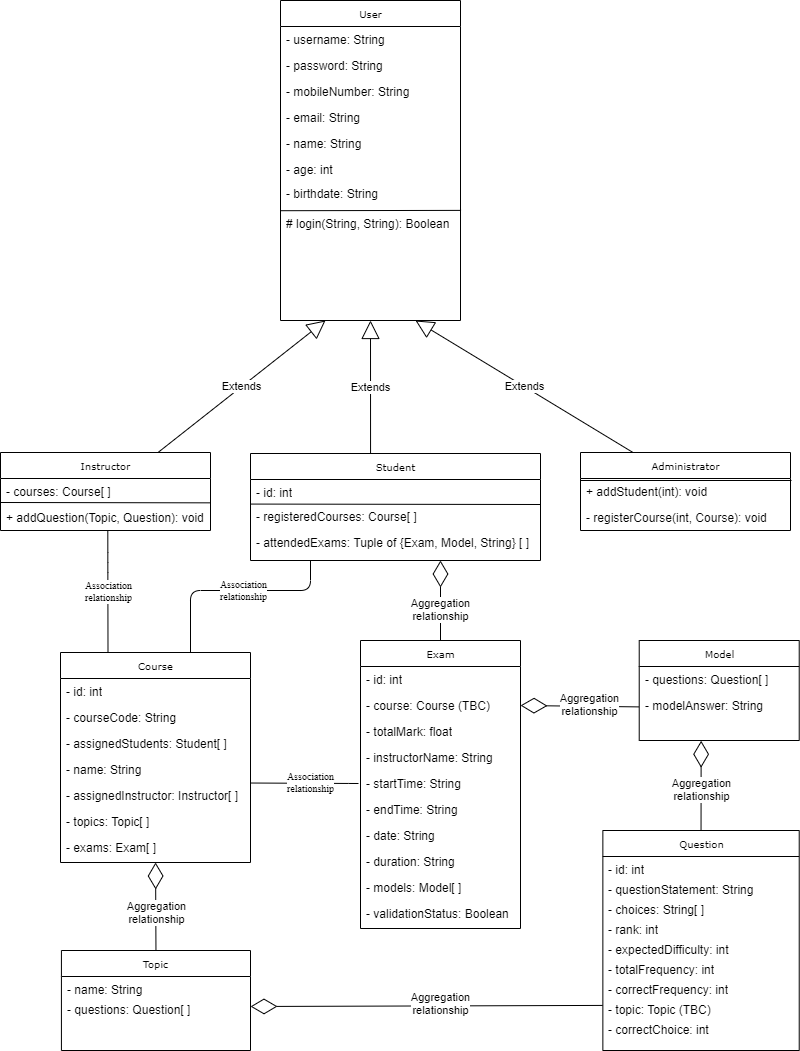
The draw.io diagram UML.png in aymanred121/Examination-Management-System, before a commit. Source tidied: cells renumbered, new cells last; positions are measured from the earlier drawing's top-left corner, leaving out a move shared by most shapes.
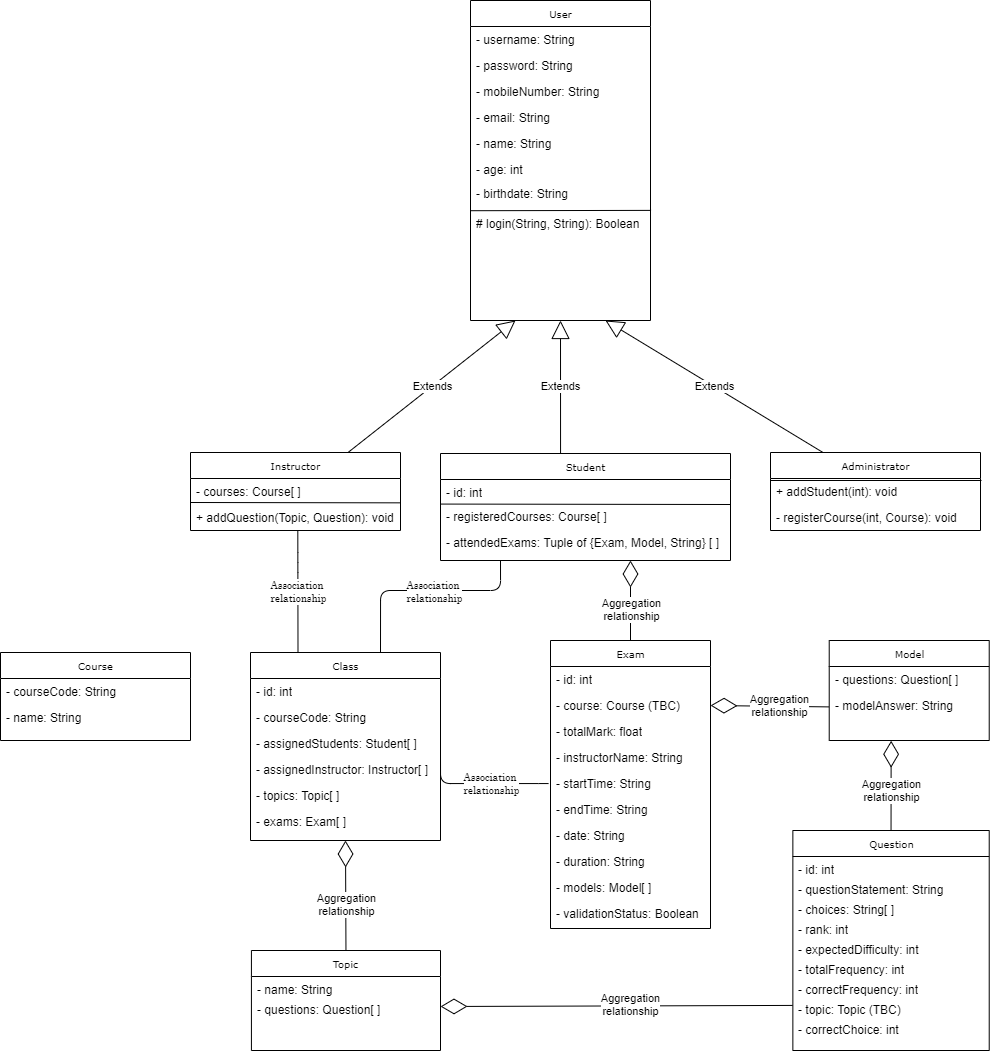
After the commit.

What changed in the source:
```diff
@@ -88,8 +88,8 @@
     <mxCell id="29" value="- registerCourse(int, Course): void" style="text;html=1;strokeColor=none;fillColor=none;align=left;verticalAlign=top;spacingLeft=4;spacingRight=4;whiteSpace=wrap;overflow=hidden;" parent="27" vertex="1">
       <mxGeometry y="52" width="210" height="26" as="geometry" />
     </mxCell>
-    <mxCell id="30" value="Course" style="swimlane;html=1;fontStyle=0;horizontal=1;startSize=26;fillColor=none;swimlaneFillColor=#ffffff;rounded=0;shadow=0;comic=0;labelBackgroundColor=none;strokeWidth=1;fontFamily=Verdana;fontSize=10;align=center;" parent="1" vertex="1">
-      <mxGeometry x="60" y="652" width="190" height="210" as="geometry" />
+    <mxCell id="30" value="Class" style="swimlane;html=1;fontStyle=0;horizontal=1;startSize=26;fillColor=none;swimlaneFillColor=#ffffff;rounded=0;shadow=0;comic=0;labelBackgroundColor=none;strokeWidth=1;fontFamily=Verdana;fontSize=10;align=center;" parent="1" vertex="1">
+      <mxGeometry x="60" y="652" width="190" height="188" as="geometry" />
     </mxCell>
     <mxCell id="31" value="- id: int" style="text;html=1;strokeColor=none;fillColor=none;align=left;verticalAlign=top;spacingLeft=4;spacingRight=4;whiteSpace=wrap;overflow=hidden;" parent="30" vertex="1">
       <mxGeometry y="26" width="190" height="26" as="geometry" />
@@ -100,17 +100,14 @@
     <mxCell id="33" value="- assignedStudents: Student[ ]" style="text;html=1;strokeColor=none;fillColor=none;align=left;verticalAlign=top;spacingLeft=4;spacingRight=4;whiteSpace=wrap;overflow=hidden;" parent="30" vertex="1">
       <mxGeometry y="78" width="190" height="26" as="geometry" />
     </mxCell>
-    <mxCell id="34" value="- name: String" style="text;html=1;strokeColor=none;fillColor=none;align=left;verticalAlign=top;spacingLeft=4;spacingRight=4;whiteSpace=wrap;overflow=hidden;" parent="30" vertex="1">
-      <mxGeometry y="104" width="190" height="26" as="geometry" />
-    </mxCell>
     <mxCell id="35" value="- assignedInstructor: Instructor[ ]" style="text;html=1;strokeColor=none;fillColor=none;align=left;verticalAlign=top;spacingLeft=4;spacingRight=4;whiteSpace=wrap;overflow=hidden;points=[[0,0.5],[1,0.5]];portConstraint=eastwest;" parent="30" vertex="1">
-      <mxGeometry y="130" width="190" height="26" as="geometry" />
+      <mxGeometry y="104" width="190" height="26" as="geometry" />
     </mxCell>
     <mxCell id="36" value="- topics: Topic[ ]" style="text;html=1;strokeColor=none;fillColor=none;align=left;verticalAlign=top;spacingLeft=4;spacingRight=4;whiteSpace=wrap;overflow=hidden;" parent="30" vertex="1">
-      <mxGeometry y="156" width="190" height="26" as="geometry" />
+      <mxGeometry y="130" width="190" height="26" as="geometry" />
     </mxCell>
     <mxCell id="37" value="- exams: Exam[ ]" style="text;html=1;strokeColor=none;fillColor=none;align=left;verticalAlign=top;spacingLeft=4;spacingRight=4;whiteSpace=wrap;overflow=hidden;points=[[0,0.5],[1,0.5]];portConstraint=eastwest;" parent="30" vertex="1">
-      <mxGeometry y="182" width="190" height="28" as="geometry" />
+      <mxGeometry y="156" width="190" height="28" as="geometry" />
     </mxCell>
     <mxCell id="38" value="Student" style="swimlane;html=1;fontStyle=0;horizontal=1;startSize=26;fillColor=none;swimlaneFillColor=#ffffff;rounded=0;shadow=0;comic=0;labelBackgroundColor=none;strokeWidth=1;fontFamily=Verdana;fontSize=10;align=center;" parent="1" vertex="1">
       <mxGeometry x="250" y="453" width="290" height="107" as="geometry" />
@@ -229,7 +226,7 @@
     <mxCell id="69" value="- modelAnswer: String" style="text;html=1;strokeColor=none;fillColor=none;align=left;verticalAlign=top;spacingLeft=4;spacingRight=4;whiteSpace=wrap;overflow=hidden;points=[[0,0.5],[1,0.5]];portConstraint=eastwest;" parent="67" vertex="1">
       <mxGeometry y="52" width="160" height="48" as="geometry" />
     </mxCell>
-    <mxCell id="70" style="endArrow=diamondThin;endFill=0;endSize=24;html=1;exitX=0.5;exitY=0;exitDx=0;exitDy=0;" parent="1" edge="1" source="64" target="37">
+    <mxCell id="70" style="endArrow=diamondThin;endFill=0;endSize=24;html=1;exitX=0.5;exitY=0;exitDx=0;exitDy=0;entryX=0.5;entryY=1;entryDx=0;entryDy=0;" parent="1" edge="1" source="64" target="30">
       <mxGeometry relative="1" as="geometry" />
     </mxCell>
     <mxCell id="71" value="&lt;span style=&quot;color: rgb(0 , 0 , 0) ; font-family: &amp;#34;helvetica&amp;#34; ; font-size: 11px ; font-style: normal ; font-weight: 400 ; letter-spacing: normal ; text-align: center ; text-indent: 0px ; text-transform: none ; word-spacing: 0px ; background-color: rgb(255 , 255 , 255) ; display: inline ; float: none&quot;&gt;Aggregation&lt;/span&gt;&lt;br style=&quot;color: rgb(0 , 0 , 0) ; font-family: &amp;#34;helvetica&amp;#34; ; font-size: 11px ; font-style: normal ; font-weight: 400 ; letter-spacing: normal ; text-align: center ; text-indent: 0px ; text-transform: none ; word-spacing: 0px&quot;&gt;relationship" style="edgeLabel;html=1;align=center;verticalAlign=middle;" parent="70" vertex="1">
@@ -272,5 +269,14 @@
         <mxPoint x="791" y="480" as="targetPoint" />
       </mxGeometry>
     </mxCell>
+    <mxCell id="79" value="Course" style="swimlane;html=1;fontStyle=0;horizontal=1;startSize=26;fillColor=none;swimlaneFillColor=#ffffff;rounded=0;shadow=0;comic=0;labelBackgroundColor=none;strokeWidth=1;fontFamily=Verdana;fontSize=10;align=center;" parent="1" vertex="1">
+      <mxGeometry x="-190" y="652" width="190" height="88" as="geometry" />
+    </mxCell>
+    <mxCell id="80" value="- courseCode: String" style="text;html=1;strokeColor=none;fillColor=none;align=left;verticalAlign=top;spacingLeft=4;spacingRight=4;whiteSpace=wrap;overflow=hidden;" parent="79" vertex="1">
+      <mxGeometry y="26" width="190" height="26" as="geometry" />
+    </mxCell>
+    <mxCell id="34" value="- name: String" style="text;html=1;strokeColor=none;fillColor=none;align=left;verticalAlign=top;spacingLeft=4;spacingRight=4;whiteSpace=wrap;overflow=hidden;" parent="79" vertex="1">
+      <mxGeometry y="52" width="190" height="26" as="geometry" />
+    </mxCell>
   </root>
 </mxGraphModel>
```
